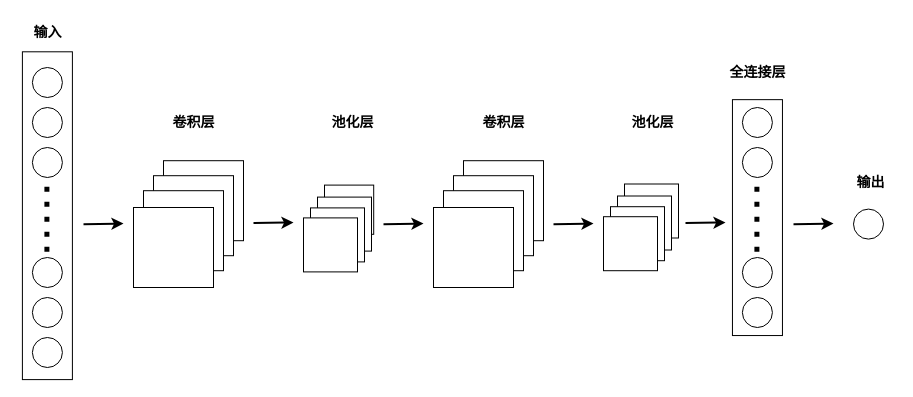
Above: CNN.drawio in wangrui99/algs4 (draw.io), before the change. Source tidied: cells renumbered, new cells numbered last; positions are measured from the earlier drawing's top-left corner, leaving out a move shared by most shapes. Both pictures are drawn from the tidied source at 100%, with x=0, y=0 at pixel (-117, 17).
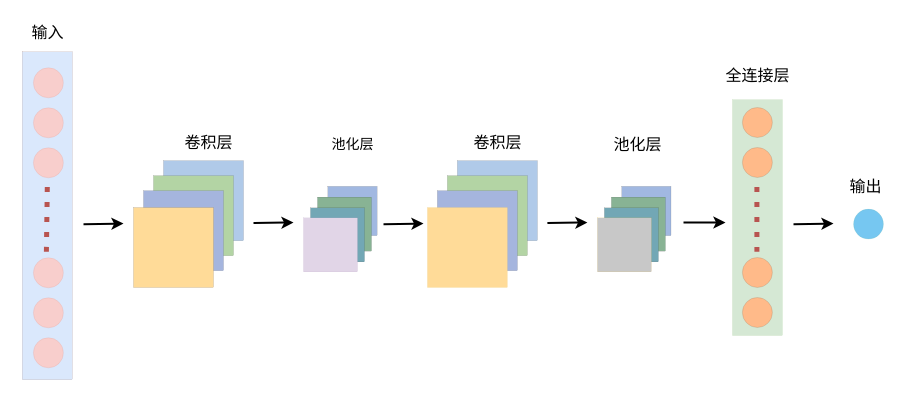
After the change.

What changed in the source:
```diff
@@
-    <mxCell id="2" style="rounded=0;whiteSpace=wrap;html=1;rotation=-90;" parent="1" vertex="1">
-      <mxGeometry y="173.2" width="327.8" height="50" as="geometry" />
-    </mxCell>
-    <mxCell id="3" style="ellipse;whiteSpace=wrap;html=1;" parent="1" vertex="1">
-      <mxGeometry x="148.9" y="50" width="30" height="30" as="geometry" />
-    </mxCell>
-    <mxCell id="4" style="ellipse;whiteSpace=wrap;html=1;" parent="1" vertex="1">
-      <mxGeometry x="148.9" y="320" width="30" height="30" as="geometry" />
-    </mxCell>
-    <mxCell id="5" style="ellipse;whiteSpace=wrap;html=1;" parent="1" vertex="1">
-      <mxGeometry x="148.9" y="90" width="30" height="30" as="geometry" />
-    </mxCell>
-    <mxCell id="6" style="ellipse;whiteSpace=wrap;html=1;" parent="1" vertex="1">
-      <mxGeometry x="148.9" y="130" width="30" height="30" as="geometry" />
-    </mxCell>
-    <mxCell id="7" style="ellipse;whiteSpace=wrap;html=1;" parent="1" vertex="1">
-      <mxGeometry x="148.9" y="240" width="30" height="30" as="geometry" />
-    </mxCell>
-    <mxCell id="8" style="ellipse;whiteSpace=wrap;html=1;" parent="1" vertex="1">
-      <mxGeometry x="148.9" y="280" width="30" height="30" as="geometry" />
-    </mxCell>
-    <mxCell id="9" style="edgeStyle=orthogonalEdgeStyle;rounded=0;orthogonalLoop=1;jettySize=auto;html=1;exitX=0.5;exitY=1;exitDx=0;exitDy=0;" parent="1" edge="1" source="5" target="5">
-      <mxGeometry relative="1" as="geometry" />
-    </mxCell>
-    <mxCell id="10" style="endArrow=none;dashed=1;html=1;rounded=1;strokeWidth=5;dashPattern=1 2;" parent="1" edge="1">
-      <mxGeometry relative="1" as="geometry">
-        <mxPoint x="163.4" y="234.3" as="sourcePoint" />
-        <mxPoint x="163.4" y="162.2" as="targetPoint" />
-      </mxGeometry>
-    </mxCell>
-    <mxCell id="11" style="whiteSpace=wrap;html=1;" parent="1" vertex="1">
+    <mxCell id="11" style="whiteSpace=wrap;html=1;fillColor=#b0cae9;strokeWidth=0;" parent="1" vertex="1">
       <mxGeometry x="280" y="143.2" width="80" height="80" as="geometry" />
     </mxCell>
-    <mxCell id="12" style="whiteSpace=wrap;html=1;" parent="1" vertex="1">
+    <mxCell id="12" style="whiteSpace=wrap;html=1;fillColor=#b3d4a4;strokeWidth=0;" parent="1" vertex="1">
       <mxGeometry x="270" y="158.2" width="80" height="80" as="geometry" />
     </mxCell>
-    <mxCell id="13" style="whiteSpace=wrap;html=1;" parent="1" vertex="1">
+    <mxCell id="13" style="whiteSpace=wrap;html=1;fillColor=#a5b5de;strokeColor=#000000;strokeWidth=0;" parent="1" vertex="1">
       <mxGeometry x="260" y="173.2" width="80" height="80" as="geometry" />
     </mxCell>
-    <mxCell id="14" style="whiteSpace=wrap;html=1;" parent="1" vertex="1">
+    <mxCell id="14" style="whiteSpace=wrap;html=1;fillColor=#ffdb98;strokeColor=#000000;strokeWidth=0;" parent="1" vertex="1">
       <mxGeometry x="250" y="190" width="80" height="80" as="geometry" />
     </mxCell>
-    <mxCell id="15" style="whiteSpace=wrap;html=1;" parent="1" vertex="1">
-      <mxGeometry x="441" y="167.6" width="49.2" height="49.2" as="geometry" />
+    <mxCell id="15" style="whiteSpace=wrap;html=1;fillColor=#a1b8e1;strokeWidth=0;" parent="1" vertex="1">
+      <mxGeometry x="444.4" y="168.9" width="49.2" height="49.2" as="geometry" />
     </mxCell>
-    <mxCell id="16" style="whiteSpace=wrap;html=1;" parent="1" vertex="1">
+    <mxCell id="16" style="whiteSpace=wrap;html=1;fillColor=#88b394;strokeWidth=0;" parent="1" vertex="1">
       <mxGeometry x="434" y="179.6" width="54" height="54" as="geometry" />
     </mxCell>
-    <mxCell id="17" style="whiteSpace=wrap;html=1;" parent="1" vertex="1">
+    <mxCell id="17" style="whiteSpace=wrap;html=1;fillColor=#72a7b5;strokeWidth=0;" parent="1" vertex="1">
       <mxGeometry x="427" y="190.4" width="54" height="54" as="geometry" />
     </mxCell>
-    <mxCell id="18" style="whiteSpace=wrap;html=1;" parent="1" vertex="1">
+    <mxCell id="18" style="whiteSpace=wrap;html=1;fillColor=#e1d5e7;strokeColor=#9673a6;strokeWidth=0;" parent="1" vertex="1">
       <mxGeometry x="420" y="200.4" width="54" height="54" as="geometry" />
     </mxCell>
-    <mxCell id="19" style="whiteSpace=wrap;html=1;" parent="1" vertex="1">
-      <mxGeometry x="580" y="143.2" width="80" height="80" as="geometry" />
-    </mxCell>
-    <mxCell id="20" style="whiteSpace=wrap;html=1;" parent="1" vertex="1">
-      <mxGeometry x="570" y="158.2" width="80" height="80" as="geometry" />
-    </mxCell>
-    <mxCell id="21" style="whiteSpace=wrap;html=1;" parent="1" vertex="1">
-      <mxGeometry x="560" y="173.2" width="80" height="80" as="geometry" />
-    </mxCell>
-    <mxCell id="22" style="whiteSpace=wrap;html=1;" parent="1" vertex="1">
-      <mxGeometry x="550" y="190" width="80" height="80" as="geometry" />
-    </mxCell>
-    <mxCell id="23" style="whiteSpace=wrap;html=1;" parent="1" vertex="1">
-      <mxGeometry x="741" y="166.5" width="54" height="54" as="geometry" />
-    </mxCell>
-    <mxCell id="24" style="whiteSpace=wrap;html=1;" parent="1" vertex="1">
-      <mxGeometry x="734" y="178.5" width="54" height="54" as="geometry" />
-    </mxCell>
-    <mxCell id="25" style="whiteSpace=wrap;html=1;" parent="1" vertex="1">
-      <mxGeometry x="727" y="189.2" width="54" height="54" as="geometry" />
-    </mxCell>
-    <mxCell id="26" style="whiteSpace=wrap;html=1;" parent="1" vertex="1">
-      <mxGeometry x="720" y="199.2" width="54" height="54" as="geometry" />
-    </mxCell>
-    <mxCell id="27" style="rounded=0;whiteSpace=wrap;html=1;rotation=-90;" parent="1" vertex="1">
+    <mxCell id="27" style="rounded=0;whiteSpace=wrap;html=1;rotation=-90;fillColor=#d5e8d4;strokeWidth=0;strokeColor=#82b366;" parent="1" vertex="1">
       <mxGeometry x="756" y="175.1" width="235.9" height="50" as="geometry" />
     </mxCell>
-    <mxCell id="28" style="ellipse;whiteSpace=wrap;html=1;" parent="1" vertex="1">
+    <mxCell id="28" style="ellipse;whiteSpace=wrap;html=1;fillColor=#ffba89;strokeWidth=0;" parent="1" vertex="1">
       <mxGeometry x="858.9" y="90" width="30" height="30" as="geometry" />
     </mxCell>
-    <mxCell id="29" style="ellipse;whiteSpace=wrap;html=1;" parent="1" vertex="1">
+    <mxCell id="29" style="ellipse;whiteSpace=wrap;html=1;fillColor=#ffba89;strokeWidth=0;" parent="1" vertex="1">
       <mxGeometry x="858.9" y="130" width="30" height="30" as="geometry" />
     </mxCell>
-    <mxCell id="30" style="ellipse;whiteSpace=wrap;html=1;" parent="1" vertex="1">
+    <mxCell id="30" style="ellipse;whiteSpace=wrap;html=1;fillColor=#ffba89;strokeWidth=0;" parent="1" vertex="1">
       <mxGeometry x="858.9" y="240" width="30" height="30" as="geometry" />
     </mxCell>
-    <mxCell id="31" style="ellipse;whiteSpace=wrap;html=1;" parent="1" vertex="1">
+    <mxCell id="31" style="ellipse;whiteSpace=wrap;html=1;fillColor=#ffba89;strokeWidth=0;" parent="1" vertex="1">
       <mxGeometry x="858.9" y="280" width="30" height="30" as="geometry" />
     </mxCell>
@@
-    <mxCell id="33" style="endArrow=none;dashed=1;html=1;rounded=1;strokeWidth=5;dashPattern=1 2;" parent="1" edge="1">
+    <mxCell id="33" style="endArrow=none;dashed=1;html=1;strokeWidth=5;dashPattern=1 2;fillColor=#f8cecc;strokeColor=#b85450;curved=1;" parent="1" edge="1">
       <mxGeometry relative="1" as="geometry">
         <mxPoint x="873.4" y="234.3" as="sourcePoint" />
         <mxPoint x="873.4" y="162.2" as="targetPoint" />
       </mxGeometry>
     </mxCell>
@@
-    <mxCell id="37" style="endArrow=classic;html=1;rounded=1;strokeWidth=2;" parent="1" edge="1">
-      <mxGeometry relative="1" as="geometry">
-        <mxPoint x="670" y="206.7" as="sourcePoint" />
-        <mxPoint x="710" y="206.1" as="targetPoint" />
-      </mxGeometry>
-    </mxCell>
     <mxCell id="38" style="endArrow=classic;html=1;rounded=1;strokeWidth=2;" parent="1" edge="1">
       <mxGeometry relative="1" as="geometry">
-        <mxPoint x="802" y="205.6" as="sourcePoint" />
+        <mxPoint x="800" y="205" as="sourcePoint" />
         <mxPoint x="842" y="205" as="targetPoint" />
       </mxGeometry>
     </mxCell>
@@
-    <mxCell id="40" style="ellipse;whiteSpace=wrap;html=1;" parent="1" vertex="1">
+    <mxCell id="40" style="ellipse;whiteSpace=wrap;html=1;fillColor=#76c7f1;strokeColor=#82b366;strokeWidth=0;" parent="1" vertex="1">
       <mxGeometry x="970" y="191.6" width="30" height="30" as="geometry" />
     </mxCell>
-    <mxCell id="41" value="&lt;font style=&quot;font-size: 14px;&quot;&gt;&lt;b&gt;输入&lt;/b&gt;&lt;/font&gt;" style="text;html=1;align=center;verticalAlign=middle;strokeColor=none;fillColor=none;" parent="1" vertex="1">
-      <mxGeometry x="138.9" width="50" height="30" as="geometry" />
+    <mxCell id="41" value="&lt;font face=&quot;微软雅黑&quot; style=&quot;font-size: 16px;&quot;&gt;输入&lt;/font&gt;" style="text;html=1;align=center;verticalAlign=middle;strokeColor=none;fillColor=none;" parent="1" vertex="1">
+      <mxGeometry x="133.9" width="60" height="30" as="geometry" />
     </mxCell>
-    <mxCell id="42" value="&lt;font style=&quot;font-size: 14px;&quot;&gt;&lt;b&gt;卷积层&lt;/b&gt;&lt;/font&gt;" style="text;html=1;align=center;verticalAlign=middle;strokeColor=none;fillColor=none;" parent="1" vertex="1">
-      <mxGeometry x="275" y="90" width="70" height="30" as="geometry" />
+    <mxCell id="42" value="&lt;font face=&quot;微软雅黑&quot; style=&quot;font-size: 16px;&quot;&gt;卷积层&lt;/font&gt;" style="text;html=1;align=center;verticalAlign=middle;strokeColor=none;fillColor=none;" parent="1" vertex="1">
+      <mxGeometry x="290" y="110" width="70" height="30" as="geometry" />
     </mxCell>
-    <mxCell id="43" value="&lt;font style=&quot;font-size: 14px;&quot;&gt;&lt;b&gt;卷积层&lt;/b&gt;&lt;/font&gt;" style="text;html=1;align=center;verticalAlign=middle;strokeColor=none;fillColor=none;" parent="1" vertex="1">
-      <mxGeometry x="585" y="90" width="70" height="30" as="geometry" />
-    </mxCell>
-    <mxCell id="44" value="&lt;span style=&quot;font-size: 14px;&quot;&gt;&lt;b&gt;池化层&lt;/b&gt;&lt;/span&gt;" style="text;html=1;align=center;verticalAlign=middle;strokeColor=none;fillColor=none;" parent="1" vertex="1">
-      <mxGeometry x="434" y="90" width="70" height="30" as="geometry" />
+    <mxCell id="44" value="&lt;span style=&quot;font-size: 14px;&quot;&gt;&lt;font style=&quot;&quot; face=&quot;微软雅黑&quot;&gt;池化层&lt;/font&gt;&lt;/span&gt;" style="text;html=1;align=center;verticalAlign=middle;strokeColor=none;fillColor=none;" parent="1" vertex="1">
+      <mxGeometry x="434" y="112" width="70" height="30" as="geometry" />
     </mxCell>
-    <mxCell id="45" value="&lt;span style=&quot;font-size: 14px;&quot;&gt;&lt;b&gt;池化层&lt;/b&gt;&lt;/span&gt;" style="text;html=1;align=center;verticalAlign=middle;strokeColor=none;fillColor=none;" parent="1" vertex="1">
-      <mxGeometry x="734" y="90" width="70" height="30" as="geometry" />
-    </mxCell>
-    <mxCell id="46" value="&lt;font style=&quot;font-size: 14px;&quot;&gt;&lt;b&gt;全连接层&lt;/b&gt;&lt;/font&gt;" style="text;html=1;align=center;verticalAlign=middle;strokeColor=none;fillColor=none;" parent="1" vertex="1">
-      <mxGeometry x="833.9" y="40" width="80" height="30" as="geometry" />
+    <mxCell id="46" value="&lt;font face=&quot;微软雅黑&quot; size=&quot;1&quot; style=&quot;&quot;&gt;&lt;span style=&quot;font-size: 16px;&quot;&gt;全连接层&lt;/span&gt;&lt;/font&gt;" style="text;html=1;align=center;verticalAlign=middle;strokeColor=none;fillColor=none;" parent="1" vertex="1">
+      <mxGeometry x="828.9" y="43" width="90" height="30" as="geometry" />
     </mxCell>
-    <mxCell id="47" value="&lt;font style=&quot;font-size: 14px;&quot;&gt;&lt;b&gt;输出&lt;/b&gt;&lt;/font&gt;" style="text;html=1;align=center;verticalAlign=middle;strokeColor=none;fillColor=none;" parent="1" vertex="1">
-      <mxGeometry x="962" y="149.6" width="50" height="30" as="geometry" />
+    <mxCell id="47" value="&lt;font face=&quot;微软雅黑&quot; size=&quot;1&quot; style=&quot;&quot;&gt;&lt;span style=&quot;font-size: 16px;&quot;&gt;输出&lt;/span&gt;&lt;/font&gt;" style="text;html=1;align=center;verticalAlign=middle;strokeColor=none;fillColor=none;" parent="1" vertex="1">
+      <mxGeometry x="952" y="153.6" width="60" height="30" as="geometry" />
     </mxCell>
+    <mxCell id="48" style="whiteSpace=wrap;html=1;fillColor=#b0cae9;strokeWidth=0;" parent="1" vertex="1">
+      <mxGeometry x="573.9" y="143.2" width="80" height="80" as="geometry" />
+    </mxCell>
+    <mxCell id="49" style="whiteSpace=wrap;html=1;fillColor=#b3d4a4;strokeWidth=0;" parent="1" vertex="1">
+      <mxGeometry x="563.9" y="158.2" width="80" height="80" as="geometry" />
+    </mxCell>
+    <mxCell id="50" style="whiteSpace=wrap;html=1;fillColor=#a5b5de;strokeColor=#000000;strokeWidth=0;" parent="1" vertex="1">
+      <mxGeometry x="553.9" y="173.2" width="80" height="80" as="geometry" />
+    </mxCell>
+    <mxCell id="51" style="whiteSpace=wrap;html=1;fillColor=#ffdb98;strokeColor=#d6b656;strokeWidth=0;" parent="1" vertex="1">
+      <mxGeometry x="543.9" y="190" width="80" height="80" as="geometry" />
+    </mxCell>
+    <mxCell id="52" style="whiteSpace=wrap;html=1;fillColor=#a1b8e1;strokeWidth=0;" parent="1" vertex="1">
+      <mxGeometry x="738.3" y="168.9" width="49.2" height="49.2" as="geometry" />
+    </mxCell>
+    <mxCell id="53" style="whiteSpace=wrap;html=1;fillColor=#88b394;strokeWidth=0;" parent="1" vertex="1">
+      <mxGeometry x="727.9" y="179.6" width="54" height="54" as="geometry" />
+    </mxCell>
+    <mxCell id="54" style="whiteSpace=wrap;html=1;fillColor=#72a7b5;strokeWidth=0;" parent="1" vertex="1">
+      <mxGeometry x="720.9" y="190.4" width="54" height="54" as="geometry" />
+    </mxCell>
+    <mxCell id="55" style="whiteSpace=wrap;html=1;fillColor=#c8c8c8;strokeColor=#d79b00;strokeWidth=0;" parent="1" vertex="1">
+      <mxGeometry x="713.9" y="200.4" width="54" height="54" as="geometry" />
+    </mxCell>
+    <mxCell id="56" style="endArrow=classic;html=1;rounded=1;strokeWidth=2;" parent="1" edge="1">
+      <mxGeometry relative="1" as="geometry">
+        <mxPoint x="663.9" y="205.6" as="sourcePoint" />
+        <mxPoint x="703.9" y="205" as="targetPoint" />
+      </mxGeometry>
+    </mxCell>
+    <mxCell id="43" value="&lt;font face=&quot;微软雅黑&quot; style=&quot;font-size: 16px;&quot;&gt;卷积层&lt;/font&gt;" style="text;html=1;align=center;verticalAlign=middle;strokeColor=none;fillColor=none;" parent="1" vertex="1">
+      <mxGeometry x="578.9" y="110" width="70" height="30" as="geometry" />
+    </mxCell>
+    <mxCell id="45" value="&lt;font face=&quot;微软雅黑&quot; style=&quot;font-size: 16px;&quot;&gt;池化层&lt;/font&gt;" style="text;html=1;align=center;verticalAlign=middle;strokeColor=none;fillColor=none;" parent="1" vertex="1">
+      <mxGeometry x="718.5" y="112.2" width="70" height="30" as="geometry" />
+    </mxCell>
+    <mxCell id="57" style="group;rotation=0;" parent="1" vertex="1">
+      <mxGeometry x="138.9" y="34.3" width="50" height="327.8" as="geometry" />
+    </mxCell>
+    <mxCell id="2" style="rounded=0;whiteSpace=wrap;html=1;rotation=-90;fillColor=#dae8fc;strokeColor=#330000;strokeWidth=0;" parent="57" vertex="1">
+      <mxGeometry x="-139" y="139" width="327.8" height="50" as="geometry" />
+    </mxCell>
+    <mxCell id="10" style="endArrow=none;dashed=1;html=1;strokeWidth=5;dashPattern=1 2;fillColor=#f8cecc;strokeColor=#b85450;curved=1;" parent="57" edge="1">
+      <mxGeometry relative="1" as="geometry">
+        <mxPoint x="24" y="200" as="sourcePoint" />
+        <mxPoint x="25" y="128" as="targetPoint" />
+      </mxGeometry>
+    </mxCell>
+    <mxCell id="58" style="group;rotation=0;" parent="57" vertex="1">
+      <mxGeometry x="11" y="16" width="30" height="300" as="geometry" />
+    </mxCell>
+    <mxCell id="3" style="ellipse;whiteSpace=wrap;html=1;fillColor=#f8cecc;strokeColor=#b85450;strokeWidth=0;rotation=0;" parent="58" vertex="1">
+      <mxGeometry width="30" height="30" as="geometry" />
+    </mxCell>
+    <mxCell id="4" style="ellipse;whiteSpace=wrap;html=1;fillColor=#f8cecc;strokeColor=#b85450;strokeWidth=0;rotation=0;" parent="58" vertex="1">
+      <mxGeometry y="270" width="30" height="30" as="geometry" />
+    </mxCell>
+    <mxCell id="5" style="ellipse;whiteSpace=wrap;html=1;fillColor=#f8cecc;strokeColor=#b85450;strokeWidth=0;rotation=0;" parent="58" vertex="1">
+      <mxGeometry y="40" width="30" height="30" as="geometry" />
+    </mxCell>
+    <mxCell id="6" style="ellipse;whiteSpace=wrap;html=1;fillColor=#f8cecc;strokeColor=#b85450;strokeWidth=0;rotation=0;" parent="58" vertex="1">
+      <mxGeometry y="80" width="30" height="30" as="geometry" />
+    </mxCell>
+    <mxCell id="7" style="ellipse;whiteSpace=wrap;html=1;fillColor=#f8cecc;strokeColor=#b85450;strokeWidth=0;rotation=0;" parent="58" vertex="1">
+      <mxGeometry y="190" width="30" height="30" as="geometry" />
+    </mxCell>
+    <mxCell id="8" style="ellipse;whiteSpace=wrap;html=1;fillColor=#f8cecc;strokeColor=#b85450;strokeWidth=0;rotation=0;" parent="58" vertex="1">
+      <mxGeometry y="230" width="30" height="30" as="geometry" />
+    </mxCell>
```
